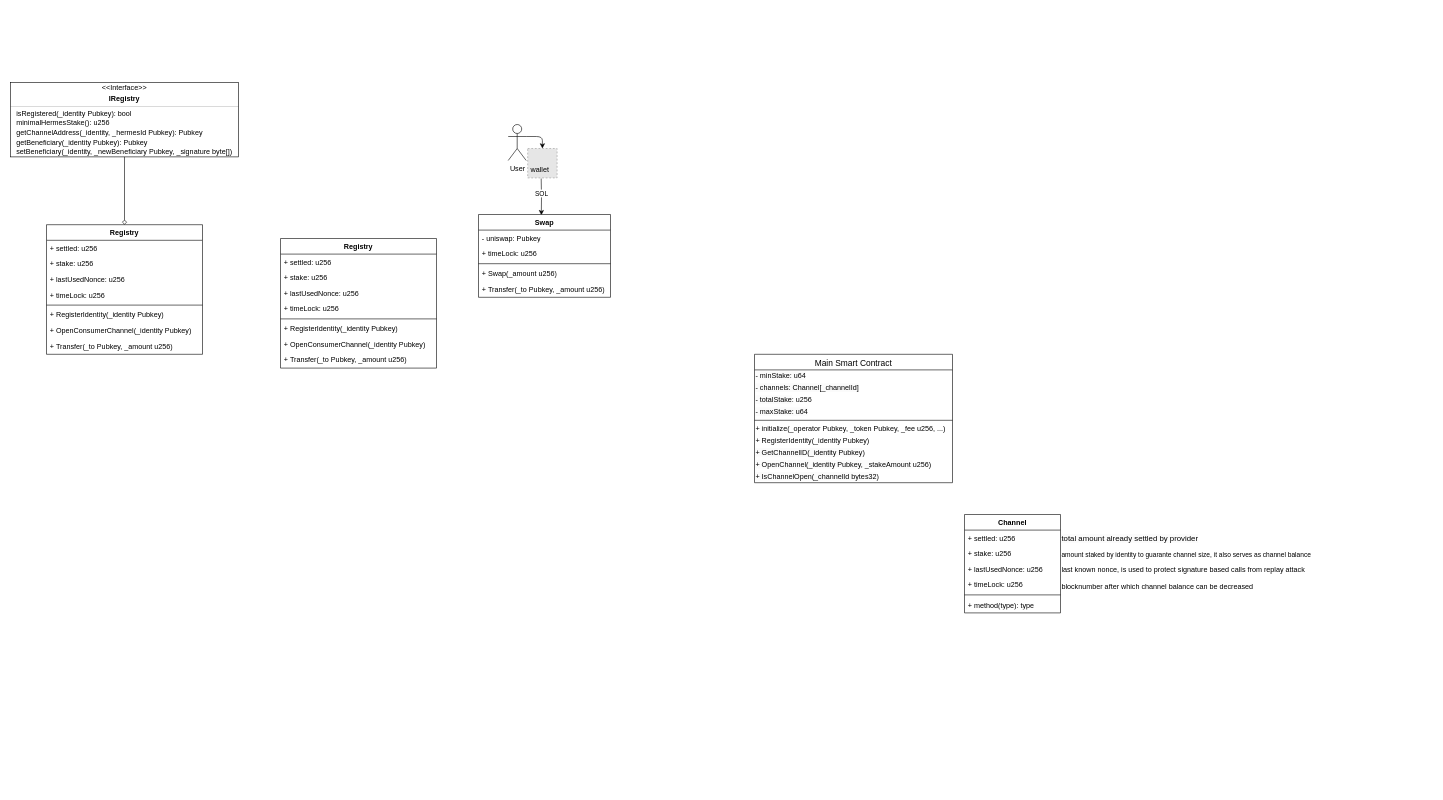
This is solana.drawio from YuniqueUnic/drawioDiagrams, a draw.io file, before an edit. Source tidied: cells renumbered, new cells numbered last; positions are measured from the earlier drawing's top-left corner, leaving out a move shared by most shapes. Both pictures are drawn from the tidied source at 60%, with x=0, y=0 at pixel (10, 82). Pictures stored in the file or linked from it are replaced by grey dashed boxes.
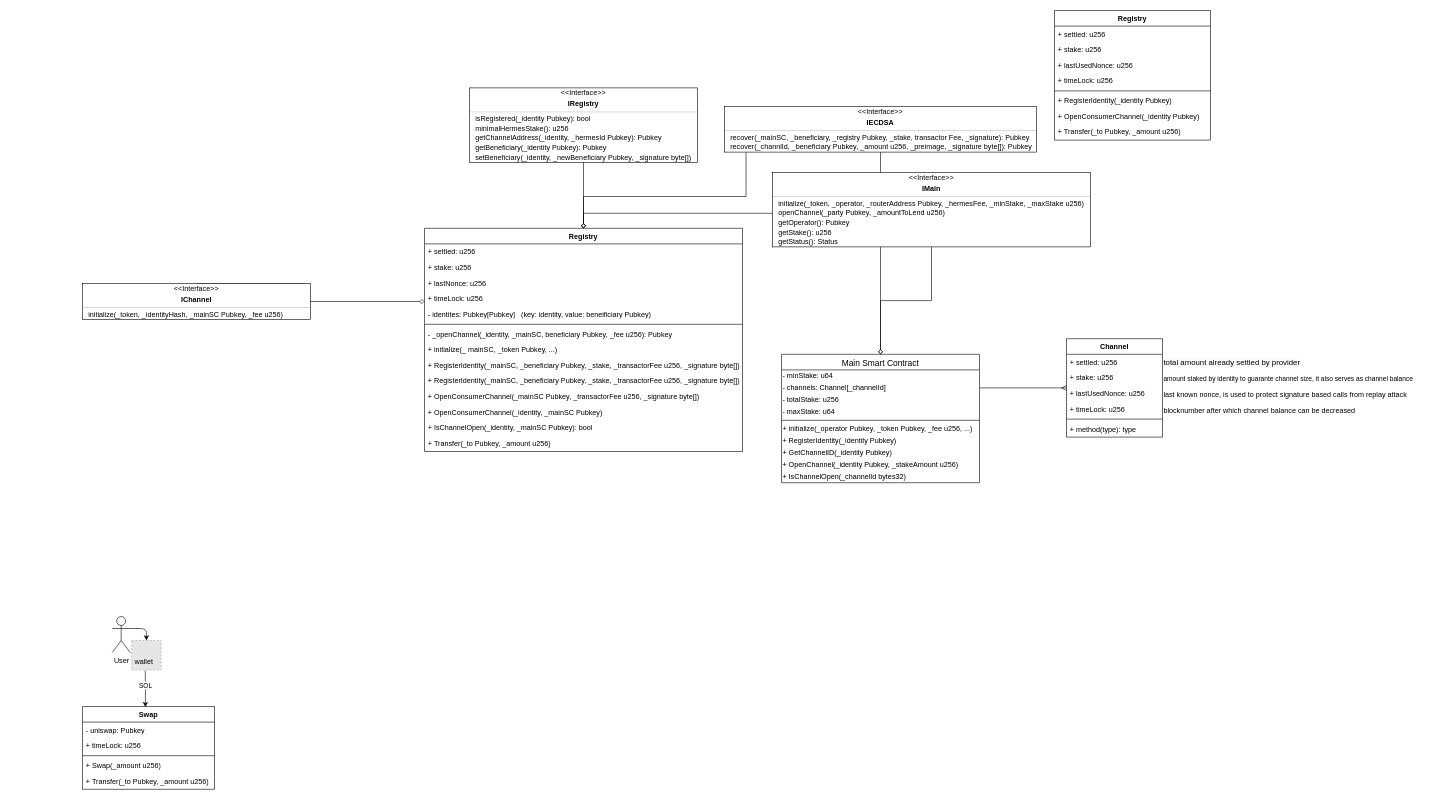
Above is the later version.

The change refers to these unchanged cells:
```xml
<mxCell id="20" value="&lt;span style=&quot;color: rgb(0, 0, 0); font-family: Helvetica; font-size: 12px; font-style: normal; font-variant-ligatures: normal; font-variant-caps: normal; font-weight: 400; letter-spacing: normal; orphans: 2; text-align: left; text-indent: 0px; text-transform: none; widows: 2; word-spacing: 0px; -webkit-text-stroke-width: 0px; white-space: normal; background-color: rgb(251, 251, 251); text-decoration-thickness: initial; text-decoration-style: initial; text-decoration-color: initial; float: none; display: inline !important;&quot;&gt;- channels: Channel[_channelId]&lt;/span&gt;" style="text;whiteSpace=wrap;html=1;verticalAlign=middle;" parent="18" vertex="1">
  <mxGeometry y="46" width="330" height="20" as="geometry" />
</mxCell>
<mxCell id="36" value="Channel" style="swimlane;fontStyle=1;align=center;verticalAlign=top;horizontal=1;startSize=26;whiteSpace=wrap;html=1;" parent="35" vertex="1">
  <mxGeometry width="160" height="164" as="geometry" />
</mxCell>
```

Diff of the diagram source:
```diff
@@
     <mxCell id="3" value="User" style="shape=umlActor;verticalLabelPosition=bottom;verticalAlign=top;html=1;outlineConnect=0;" parent="1" vertex="1">
-      <mxGeometry x="829.5" y="70" width="30" height="60" as="geometry" />
+      <mxGeometry x="169.5" y="890" width="30" height="60" as="geometry" />
     </mxCell>
     <mxCell id="4" style="group;" parent="1" vertex="1">
-      <mxGeometry x="857" y="110" width="55" height="50" as="geometry" />
+      <mxGeometry x="197" y="930" width="55" height="50" as="geometry" />
     </mxCell>
@@
     <mxCell id="7" style="edgeStyle=orthogonalEdgeStyle;rounded=0;jettySize=auto;html=1;entryX=0.476;entryY=0.009;entryDx=0;entryDy=0;curved=0;entryPerimeter=0;" parent="1" edge="1" target="29">
       <mxGeometry relative="1" as="geometry">
-        <mxPoint x="884.5" y="160" as="sourcePoint" />
+        <mxPoint x="224.5" y="980" as="sourcePoint" />
       </mxGeometry>
     </mxCell>
@@
+    <mxCell id="66" style="edgeStyle=orthogonalEdgeStyle;rounded=0;jettySize=auto;html=1;entryX=0.5;entryY=0;entryDx=0;entryDy=0;strokeColor=default;startArrow=diamond;startFill=0;endArrow=none;" parent="1" edge="1" source="9" target="74">
+      <mxGeometry relative="1" as="geometry">
+        <Array as="points">
+          <mxPoint x="490" y="365" />
+        </Array>
+      </mxGeometry>
+    </mxCell>
-    <mxCell id="9" value="Registry" style="swimlane;fontStyle=1;align=center;verticalAlign=top;horizontal=1;startSize=26;whiteSpace=wrap;html=1;" parent="1" vertex="1">
-      <mxGeometry x="60" y="237" width="260" height="216" as="geometry" />
+    <mxCell id="9" value="Registry" style="swimlane;fontStyle=1;align=center;verticalAlign=top;horizontal=1;startSize=26;whiteSpace=wrap;html=1;fillStyle=auto;gradientColor=none;" parent="1" vertex="1">
+      <mxGeometry x="690" y="243" width="530" height="372" as="geometry" />
     </mxCell>
     <mxCell id="10" value="+ settled: u256" style="text;strokeColor=none;fillColor=none;align=left;verticalAlign=top;spacingLeft=4;spacingRight=4;overflow=hidden;whiteSpace=wrap;html=1;" parent="9" vertex="1">
-      <mxGeometry y="26" width="260" height="26" as="geometry" />
+      <mxGeometry y="26" width="530" height="26" as="geometry" />
     </mxCell>
     <mxCell id="11" value="+ stake: u256" style="text;strokeColor=none;fillColor=none;align=left;verticalAlign=top;spacingLeft=4;spacingRight=4;overflow=hidden;whiteSpace=wrap;html=1;" parent="9" vertex="1">
-      <mxGeometry y="52" width="260" height="26" as="geometry" />
+      <mxGeometry y="52" width="530" height="26" as="geometry" />
     </mxCell>
-    <mxCell id="12" value="+ lastUsedNonce: u256&lt;div&gt;&lt;br&gt;&lt;/div&gt;" style="text;strokeColor=none;fillColor=none;align=left;verticalAlign=top;spacingLeft=4;spacingRight=4;overflow=hidden;whiteSpace=wrap;html=1;" parent="9" vertex="1">
-      <mxGeometry y="78" width="260" height="26" as="geometry" />
+    <mxCell id="12" value="+ lastNonce: u256" style="text;strokeColor=none;fillColor=none;align=left;verticalAlign=top;spacingLeft=4;spacingRight=4;overflow=hidden;whiteSpace=wrap;html=1;" parent="9" vertex="1">
+      <mxGeometry y="78" width="530" height="26" as="geometry" />
     </mxCell>
+    <mxCell id="67" value="+ timeLock: u256&lt;div&gt;&lt;br&gt;&lt;/div&gt;" style="text;strokeColor=none;fillColor=none;align=left;verticalAlign=top;spacingLeft=4;spacingRight=4;overflow=hidden;whiteSpace=wrap;html=1;" parent="9" vertex="1">
+      <mxGeometry y="104" width="530" height="26" as="geometry" />
+    </mxCell>
-    <mxCell id="13" value="+ timeLock: u256&lt;div&gt;&lt;br&gt;&lt;/div&gt;" style="text;strokeColor=none;fillColor=none;align=left;verticalAlign=top;spacingLeft=4;spacingRight=4;overflow=hidden;whiteSpace=wrap;html=1;" parent="9" vertex="1">
-      <mxGeometry y="104" width="260" height="26" as="geometry" />
+    <mxCell id="13" value="- identites: Pubkey[Pubkey]&amp;nbsp; &amp;nbsp;(key: identity, value: beneificiary Pubkey)" style="text;strokeColor=none;fillColor=none;align=left;verticalAlign=top;spacingLeft=4;spacingRight=4;overflow=hidden;whiteSpace=wrap;html=1;" parent="9" vertex="1">
+      <mxGeometry y="130" width="530" height="26" as="geometry" />
     </mxCell>
     <mxCell id="14" style="line;strokeWidth=1;fillColor=none;align=left;verticalAlign=middle;spacingTop=-1;spacingLeft=3;spacingRight=3;labelPosition=right;strokeColor=inherit;" parent="9" vertex="1">
-      <mxGeometry y="130" width="260" height="8" as="geometry" />
+      <mxGeometry y="156" width="530" height="8" as="geometry" />
     </mxCell>
+    <mxCell id="68" value="- _openChannel(_identity, _mainSC, beneficiary Pubkey, _fee u256): Pubkey" style="text;strokeColor=none;fillColor=none;align=left;verticalAlign=middle;spacingLeft=4;spacingRight=4;overflow=hidden;whiteSpace=wrap;html=1;" parent="9" vertex="1">
+      <mxGeometry y="164" width="530" height="26" as="geometry" />
+    </mxCell>
+    <mxCell id="69" value="+ initialize(_ mainSC, _token Pubkey, ...)" style="text;strokeColor=none;fillColor=none;align=left;verticalAlign=middle;spacingLeft=4;spacingRight=4;overflow=hidden;whiteSpace=wrap;html=1;" parent="9" vertex="1">
+      <mxGeometry y="190" width="530" height="26" as="geometry" />
+    </mxCell>
+    <mxCell id="70" value="+ RegisterIdentity(_mainSC, _beneficiary Pubkey, _stake, _transactorFee u256, _signature byte[])" style="text;strokeColor=none;fillColor=none;align=left;verticalAlign=middle;spacingLeft=4;spacingRight=4;overflow=hidden;whiteSpace=wrap;html=1;" parent="9" vertex="1">
+      <mxGeometry y="216" width="530" height="26" as="geometry" />
+    </mxCell>
-    <mxCell id="15" value="+ RegisterIdentity(_identity Pubkey)" style="text;strokeColor=none;fillColor=none;align=left;verticalAlign=middle;spacingLeft=4;spacingRight=4;overflow=hidden;whiteSpace=wrap;html=1;" parent="9" vertex="1">
-      <mxGeometry y="138" width="260" height="26" as="geometry" />
+    <mxCell id="15" value="+ RegisterIdentity(_mainSC, _beneficiary Pubkey, _stake, _transactorFee u256, _signature byte[])" style="text;strokeColor=none;fillColor=none;align=left;verticalAlign=middle;spacingLeft=4;spacingRight=4;overflow=hidden;whiteSpace=wrap;html=1;" parent="9" vertex="1">
+      <mxGeometry y="242" width="530" height="26" as="geometry" />
     </mxCell>
+    <mxCell id="71" value="+ OpenConsumerChannel(_mainSC Pubkey, _transactorFee u256, _signature byte[])" style="text;strokeColor=none;fillColor=none;align=left;verticalAlign=middle;spacingLeft=4;spacingRight=4;overflow=hidden;whiteSpace=wrap;html=1;" parent="9" vertex="1">
+      <mxGeometry y="268" width="530" height="26" as="geometry" />
+    </mxCell>
-    <mxCell id="16" value="+ OpenConsumerChannel(_identity Pubkey)" style="text;strokeColor=none;fillColor=none;align=left;verticalAlign=middle;spacingLeft=4;spacingRight=4;overflow=hidden;whiteSpace=wrap;html=1;" parent="9" vertex="1">
-      <mxGeometry y="164" width="260" height="26" as="geometry" />
+    <mxCell id="16" value="+ OpenConsumerChannel(_identity, _mainSC Pubkey)" style="text;strokeColor=none;fillColor=none;align=left;verticalAlign=middle;spacingLeft=4;spacingRight=4;overflow=hidden;whiteSpace=wrap;html=1;" parent="9" vertex="1">
+      <mxGeometry y="294" width="530" height="26" as="geometry" />
     </mxCell>
+    <mxCell id="72" value="+ IsChannelOpen(_identity, _mainSC Pubkey): bool" style="text;strokeColor=none;fillColor=none;align=left;verticalAlign=middle;spacingLeft=4;spacingRight=4;overflow=hidden;whiteSpace=wrap;html=1;" parent="9" vertex="1">
+      <mxGeometry y="320" width="530" height="26" as="geometry" />
+    </mxCell>
     <mxCell id="17" value="+ Transfer(_to Pubkey, _amount u256)" style="text;strokeColor=none;fillColor=none;align=left;verticalAlign=middle;spacingLeft=4;spacingRight=4;overflow=hidden;whiteSpace=wrap;html=1;" parent="9" vertex="1">
-      <mxGeometry y="190" width="260" height="26" as="geometry" />
+      <mxGeometry y="346" width="530" height="26" as="geometry" />
     </mxCell>
     <mxCell id="18" value="&lt;span style=&quot;font-size: 14px; font-weight: 400;&quot;&gt;Main Smart Contract&lt;/span&gt;" style="swimlane;fontStyle=1;align=center;verticalAlign=top;horizontal=1;startSize=26;whiteSpace=wrap;html=1;" parent="1" vertex="1">
-      <mxGeometry x="1240" y="453" width="330" height="214" as="geometry" />
+      <mxGeometry x="1285" y="453" width="330" height="214" as="geometry" />
     </mxCell>
@@
     <mxCell id="29" value="Swap" style="swimlane;fontStyle=1;align=center;verticalAlign=top;horizontal=1;startSize=26;whiteSpace=wrap;html=1;" parent="1" vertex="1">
-      <mxGeometry x="780" y="220" width="220" height="138" as="geometry" />
+      <mxGeometry x="120" y="1040" width="220" height="138" as="geometry" />
     </mxCell>
@@
     <mxCell id="35" style="group;" parent="1" vertex="1">
-      <mxGeometry x="1590" y="720" width="610" height="164" as="geometry" />
+      <mxGeometry x="1760" y="427" width="610" height="164" as="geometry" />
     </mxCell>
@@
     <mxCell id="47" value="Registry" style="swimlane;fontStyle=1;align=center;verticalAlign=top;horizontal=1;startSize=26;whiteSpace=wrap;html=1;" parent="1" vertex="1">
-      <mxGeometry x="450" y="260" width="260" height="216" as="geometry" />
+      <mxGeometry x="1740" y="-120" width="260" height="216" as="geometry" />
     </mxCell>
@@
     <mxCell id="56" style="fontStyle=1;align=center;verticalAlign=middle;horizontal=1;" parent="1" vertex="1">
-      <mxGeometry width="380" height="124" as="geometry" />
+      <mxGeometry x="765" y="9" width="380" height="124" as="geometry" />
     </mxCell>
@@
+    <mxCell id="73" style="fontStyle=1;align=center;verticalAlign=middle;horizontal=1;" parent="1" vertex="1">
+      <mxGeometry x="120" y="335" width="380" height="60" as="geometry" />
+    </mxCell>
+    <mxCell id="74" value="&amp;lt;&amp;lt;Interface&amp;gt;&amp;gt;" style="html=1;align=center;spacing=0;verticalAlign=middle;strokeColor=none;fillColor=none;whiteSpace=wrap;" parent="73" vertex="1">
+      <mxGeometry width="380" height="18" as="geometry" />
+    </mxCell>
+    <mxCell id="75" value="IChannel" style="html=1;align=center;spacing=0;verticalAlign=middle;strokeColor=none;fillColor=none;whiteSpace=wrap;fontStyle=1;" parent="73" vertex="1">
+      <mxGeometry y="18" width="380" height="18" as="geometry" />
+    </mxCell>
+    <mxCell id="76" style="line;strokeWidth=0.25;fillColor=none;align=left;verticalAlign=middle;spacingTop=-1;spacingLeft=3;spacingRight=3;labelPosition=right;" parent="73" vertex="1">
+      <mxGeometry y="36" width="380" height="8" as="geometry" />
+    </mxCell>
+    <mxCell id="77" value="initialize(_token, _identityHash, _mainSC Pubkey, _fee u256)" style="html=1;align=left;spacing=0;spacingLeft=10;verticalAlign=middle;strokeColor=none;fillColor=none;whiteSpace=wrap;" parent="73" vertex="1">
+      <mxGeometry y="44" width="380" height="16" as="geometry" />
+    </mxCell>
+    <mxCell id="78" style="fontStyle=1;align=center;verticalAlign=middle;horizontal=1;" parent="1" vertex="1">
+      <mxGeometry x="1190" y="40" width="520" height="76" as="geometry" />
+    </mxCell>
+    <mxCell id="79" value="&amp;lt;&amp;lt;Interface&amp;gt;&amp;gt;" style="html=1;align=center;spacing=0;verticalAlign=middle;strokeColor=none;fillColor=none;whiteSpace=wrap;" parent="78" vertex="1">
+      <mxGeometry width="520" height="18" as="geometry" />
+    </mxCell>
+    <mxCell id="80" value="IECDSA" style="html=1;align=center;spacing=0;verticalAlign=middle;strokeColor=none;fillColor=none;whiteSpace=wrap;fontStyle=1;" parent="78" vertex="1">
+      <mxGeometry y="18" width="520" height="18" as="geometry" />
+    </mxCell>
+    <mxCell id="81" style="line;strokeWidth=0.25;fillColor=none;align=left;verticalAlign=middle;spacingTop=-1;spacingLeft=3;spacingRight=3;labelPosition=right;" parent="78" vertex="1">
+      <mxGeometry y="36" width="520" height="8" as="geometry" />
+    </mxCell>
+    <mxCell id="82" value="recover(_mainSC, _beneficiary, _registry Pubkey, _stake, transactor Fee, _signature): Pubkey" style="html=1;align=left;spacing=0;spacingLeft=10;verticalAlign=middle;strokeColor=none;fillColor=none;whiteSpace=wrap;" parent="78" vertex="1">
+      <mxGeometry y="44" width="520" height="16" as="geometry" />
+    </mxCell>
+    <mxCell id="83" value="recover(_channlId, _beneficiary Pubkey, _amount u256, _preimage, _signature byte[]): Pubkey" style="html=1;align=left;spacing=0;spacingLeft=10;verticalAlign=middle;strokeColor=none;fillColor=none;whiteSpace=wrap;" parent="78" vertex="1">
+      <mxGeometry y="60" width="520" height="16" as="geometry" />
+    </mxCell>
+    <mxCell id="84" style="edgeStyle=orthogonalEdgeStyle;rounded=0;jettySize=auto;html=1;entryX=0.5;entryY=0;entryDx=0;entryDy=0;endArrow=diamond;endFill=0;" parent="1" edge="1" source="83" target="18">
+      <mxGeometry relative="1" as="geometry" />
+    </mxCell>
+    <mxCell id="85" style="rounded=0;jettySize=auto;html=1;entryX=0.5;entryY=0;entryDx=0;entryDy=0;endArrow=diamond;endFill=0;edgeStyle=orthogonalEdgeStyle;exitX=0.069;exitY=1.039;exitDx=0;exitDy=0;exitPerimeter=0;" parent="1" edge="1" source="83" target="9">
+      <mxGeometry relative="1" as="geometry">
+        <Array as="points">
+          <mxPoint x="1226" y="190" />
+          <mxPoint x="955" y="190" />
+        </Array>
+      </mxGeometry>
+    </mxCell>
+    <mxCell id="86" style="edgeStyle=orthogonalEdgeStyle;rounded=0;jettySize=auto;html=1;endArrow=none;endFill=0;startArrow=ERmany;startFill=0;" parent="1" edge="1" source="36" target="20">
+      <mxGeometry relative="1" as="geometry" />
+    </mxCell>
+    <mxCell id="87" style="edgeStyle=orthogonalEdgeStyle;rounded=0;jettySize=auto;html=1;entryX=0.5;entryY=0;entryDx=0;entryDy=0;startArrow=none;startFill=0;endArrow=diamond;endFill=0;" parent="1" edge="1" source="88" target="18">
+      <mxGeometry relative="1" as="geometry" />
+    </mxCell>
+    <mxCell id="88" style="fontStyle=1;align=center;verticalAlign=middle;horizontal=1;" parent="1" vertex="1">
+      <mxGeometry x="1270" y="150" width="530" height="124" as="geometry" />
+    </mxCell>
+    <mxCell id="89" value="&amp;lt;&amp;lt;Interface&amp;gt;&amp;gt;" style="html=1;align=center;spacing=0;verticalAlign=middle;strokeColor=none;fillColor=none;whiteSpace=wrap;" parent="88" vertex="1">
+      <mxGeometry width="530" height="18" as="geometry" />
+    </mxCell>
+    <mxCell id="90" value="IMain" style="html=1;align=center;spacing=0;verticalAlign=middle;strokeColor=none;fillColor=none;whiteSpace=wrap;fontStyle=1;" parent="88" vertex="1">
+      <mxGeometry y="18" width="530" height="18" as="geometry" />
+    </mxCell>
+    <mxCell id="91" style="line;strokeWidth=0.25;fillColor=none;align=left;verticalAlign=middle;spacingTop=-1;spacingLeft=3;spacingRight=3;labelPosition=right;" parent="88" vertex="1">
+      <mxGeometry y="36" width="530" height="8" as="geometry" />
+    </mxCell>
+    <mxCell id="92" value="initialize(_token, _operator, _routerAddress Pubkey, _hermesFee, _minStake, _maxStake u256)" style="html=1;align=left;spacing=0;spacingLeft=10;verticalAlign=middle;strokeColor=none;fillColor=none;whiteSpace=wrap;" parent="88" vertex="1">
+      <mxGeometry y="44" width="530" height="16" as="geometry" />
+    </mxCell>
+    <mxCell id="93" value="openChannel(_party Pubkey, _amountToLend u256)" style="html=1;align=left;spacing=0;spacingLeft=10;verticalAlign=middle;strokeColor=none;fillColor=none;whiteSpace=wrap;" parent="88" vertex="1">
+      <mxGeometry y="60" width="530" height="16" as="geometry" />
+    </mxCell>
+    <mxCell id="94" value="getOperator(): Pubkey" style="html=1;align=left;spacing=0;spacingLeft=10;verticalAlign=middle;strokeColor=none;fillColor=none;whiteSpace=wrap;" parent="88" vertex="1">
+      <mxGeometry y="76" width="530" height="16" as="geometry" />
+    </mxCell>
+    <mxCell id="95" value="getStake(): u256" style="html=1;align=left;spacing=0;spacingLeft=10;verticalAlign=middle;strokeColor=none;fillColor=none;whiteSpace=wrap;" parent="88" vertex="1">
+      <mxGeometry y="92" width="530" height="16" as="geometry" />
+    </mxCell>
+    <mxCell id="96" value="getStatus(): Status" style="html=1;align=left;spacing=0;spacingLeft=10;verticalAlign=middle;strokeColor=none;fillColor=none;whiteSpace=wrap;" parent="88" vertex="1">
+      <mxGeometry y="108" width="530" height="16" as="geometry" />
+    </mxCell>
+    <mxCell id="97" style="edgeStyle=orthogonalEdgeStyle;rounded=0;jettySize=auto;html=1;entryX=0.5;entryY=0;entryDx=0;entryDy=0;endArrow=diamond;endFill=0;" parent="1" edge="1" source="93" target="9">
+      <mxGeometry relative="1" as="geometry" />
+    </mxCell>
```
